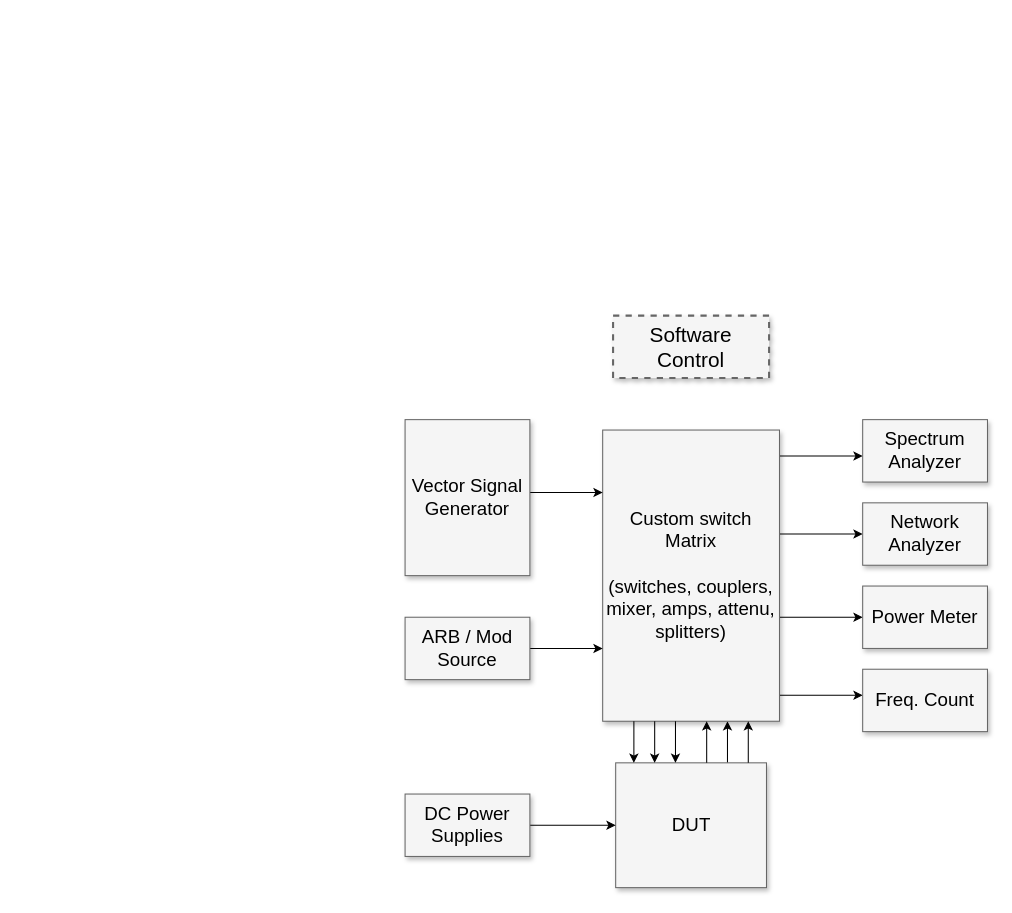
Earlier version of the draw.io diagram Diagrama sin título.drawio (ThePaltu/Proyecto-taller-lenguaje-2). Source tidied: cells renumbered, new cells numbered last; positions are measured from the earlier drawing's top-left corner, leaving out a move shared by most shapes. Both pictures are drawn from the tidied source at 104%, with x=0, y=0 at pixel (405, 315).
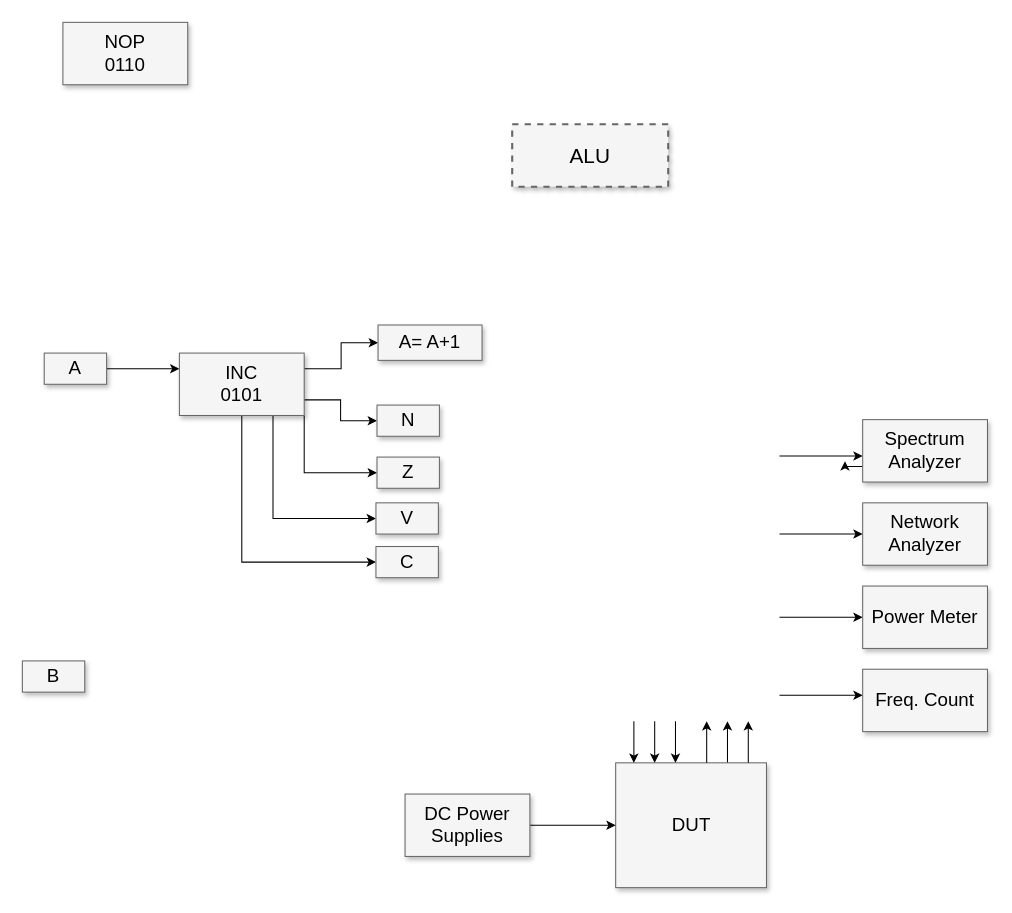
The same page after the edit.

The change refers to these unchanged cells:
```xml
<mxCell id="9" value="Spectrum Analyzer" style="whiteSpace=wrap;html=1;shadow=1;fontSize=18;fillColor=#f5f5f5;strokeColor=#666666;" parent="1" vertex="1">
  <mxGeometry x="440" y="100" width="120" height="60" as="geometry" />
</mxCell>
<mxCell id="10" value="Network Analyzer" style="whiteSpace=wrap;html=1;shadow=1;fontSize=18;fillColor=#f5f5f5;strokeColor=#666666;" parent="1" vertex="1">
  <mxGeometry x="440" y="180" width="120" height="60" as="geometry" />
</mxCell>
<mxCell id="11" value="Power Meter" style="whiteSpace=wrap;html=1;shadow=1;fontSize=18;fillColor=#f5f5f5;strokeColor=#666666;" parent="1" vertex="1">
  <mxGeometry x="440" y="260" width="120" height="60" as="geometry" />
</mxCell>
<mxCell id="12" value="Freq. Count" style="whiteSpace=wrap;html=1;shadow=1;fontSize=18;fillColor=#f5f5f5;strokeColor=#666666;" parent="1" vertex="1">
  <mxGeometry x="440" y="340" width="120" height="60" as="geometry" />
</mxCell>
<mxCell id="17" value="DUT" style="whiteSpace=wrap;html=1;shadow=1;fontSize=18;fillColor=#f5f5f5;strokeColor=#666666;" parent="1" vertex="1">
  <mxGeometry x="202.5" y="430" width="145" height="120" as="geometry" />
</mxCell>
```

The edit, as a diff of the source:
```diff
@@
-    <mxCell id="2" value="Software Control" style="whiteSpace=wrap;html=1;shadow=1;fontSize=20;fillColor=#f5f5f5;strokeColor=#666666;strokeWidth=2;dashed=1;" parent="1" vertex="1">
-      <mxGeometry x="200" width="150" height="60" as="geometry" />
+    <mxCell id="2" value="ALU&lt;br&gt;" style="whiteSpace=wrap;html=1;shadow=1;fontSize=20;fillColor=#f5f5f5;strokeColor=#666666;strokeWidth=2;dashed=1;" parent="1" vertex="1">
+      <mxGeometry x="103" y="-184" width="150" height="60" as="geometry" />
     </mxCell>
-    <mxCell id="3" style="edgeStyle=elbowEdgeStyle;rounded=0;html=1;startArrow=none;startFill=0;jettySize=auto;fontSize=18;elbow=vertical;" parent="1" edge="1" source="8" target="9">
-      <mxGeometry relative="1" as="geometry" />
+    <mxCell id="3" style="edgeStyle=elbowEdgeStyle;rounded=0;html=1;startArrow=none;startFill=0;jettySize=auto;fontSize=18;elbow=vertical;" parent="1" edge="1" target="9">
+      <mxGeometry relative="1" as="geometry">
+        <mxPoint x="360" y="135" as="sourcePoint" />
+      </mxGeometry>
     </mxCell>
-    <mxCell id="4" style="edgeStyle=elbowEdgeStyle;rounded=0;html=1;startArrow=none;startFill=0;jettySize=auto;fontSize=18;elbow=vertical;" parent="1" edge="1" source="8" target="10">
-      <mxGeometry relative="1" as="geometry" />
+    <mxCell id="4" style="edgeStyle=elbowEdgeStyle;rounded=0;html=1;startArrow=none;startFill=0;jettySize=auto;fontSize=18;elbow=vertical;" parent="1" edge="1" target="10">
+      <mxGeometry relative="1" as="geometry">
+        <mxPoint x="360" y="210" as="sourcePoint" />
+      </mxGeometry>
     </mxCell>
-    <mxCell id="5" style="edgeStyle=elbowEdgeStyle;rounded=0;html=1;startArrow=none;startFill=0;jettySize=auto;fontSize=18;elbow=vertical;" parent="1" edge="1" source="8" target="11">
-      <mxGeometry relative="1" as="geometry" />
+    <mxCell id="5" style="edgeStyle=elbowEdgeStyle;rounded=0;html=1;startArrow=none;startFill=0;jettySize=auto;fontSize=18;elbow=vertical;" parent="1" edge="1" target="11">
+      <mxGeometry relative="1" as="geometry">
+        <mxPoint x="360" y="290" as="sourcePoint" />
+      </mxGeometry>
     </mxCell>
-    <mxCell id="6" style="edgeStyle=elbowEdgeStyle;rounded=0;html=1;startArrow=none;startFill=0;jettySize=auto;fontSize=18;elbow=vertical;" parent="1" edge="1" source="8" target="12">
-      <mxGeometry relative="1" as="geometry" />
+    <mxCell id="6" style="edgeStyle=elbowEdgeStyle;rounded=0;html=1;startArrow=none;startFill=0;jettySize=auto;fontSize=18;elbow=vertical;" parent="1" edge="1" target="12">
+      <mxGeometry relative="1" as="geometry">
+        <mxPoint x="360" y="365" as="sourcePoint" />
+      </mxGeometry>
     </mxCell>
-    <mxCell id="7" style="edgeStyle=elbowEdgeStyle;rounded=0;html=1;startArrow=none;startFill=0;jettySize=auto;fontSize=18;" parent="1" edge="1" source="17" target="8">
+    <mxCell id="7" style="edgeStyle=elbowEdgeStyle;rounded=0;html=1;startArrow=none;startFill=0;jettySize=auto;fontSize=18;" parent="1" edge="1" source="17">
       <mxGeometry relative="1" as="geometry">
+        <mxPoint x="310" y="390" as="targetPoint" />
         <Array as="points">
           <mxPoint x="310" y="410" />
         </Array>
       </mxGeometry>
     </mxCell>
-    <mxCell id="8" value="Custom switch Matrix&lt;div&gt;&lt;br&gt;&lt;/div&gt;&lt;div&gt;(switches, couplers, mixer, amps, attenu, splitters)&lt;/div&gt;" style="whiteSpace=wrap;html=1;shadow=1;fontSize=18;fillColor=#f5f5f5;strokeColor=#666666;" parent="1" vertex="1">
-      <mxGeometry x="190" y="110" width="170" height="280" as="geometry" />
-    </mxCell>
+    <mxCell id="25" style="edgeStyle=orthogonalEdgeStyle;rounded=0;jettySize=auto;html=1;exitX=0;exitY=0.75;exitDx=0;exitDy=0;" parent="1" edge="1" source="9">
+      <mxGeometry relative="1" as="geometry">
+        <mxPoint x="423" y="140" as="targetPoint" />
+      </mxGeometry>
+    </mxCell>
@@
-    <mxCell id="13" style="edgeStyle=elbowEdgeStyle;rounded=0;html=1;startArrow=none;startFill=0;jettySize=auto;fontSize=18;elbow=vertical;" parent="1" edge="1" source="14" target="8">
-      <mxGeometry relative="1" as="geometry">
-        <Array as="points">
-          <mxPoint x="160" y="170" />
-        </Array>
-      </mxGeometry>
-    </mxCell>
+    <mxCell id="26" style="edgeStyle=orthogonalEdgeStyle;rounded=0;jettySize=auto;html=1;exitX=1;exitY=0.5;exitDx=0;exitDy=0;entryX=0;entryY=0.25;entryDx=0;entryDy=0;" parent="1" edge="1" source="14" target="16">
+      <mxGeometry relative="1" as="geometry" />
+    </mxCell>
-    <mxCell id="14" value="Vector Signal Generator" style="whiteSpace=wrap;html=1;shadow=1;fontSize=18;fillColor=#f5f5f5;strokeColor=#666666;" parent="1" vertex="1">
-      <mxGeometry y="100" width="120" height="150" as="geometry" />
+    <mxCell id="14" value="A" style="whiteSpace=wrap;html=1;shadow=1;fontSize=18;fillColor=#f5f5f5;strokeColor=#666666;" parent="1" vertex="1">
+      <mxGeometry x="-347" y="36" width="60" height="30" as="geometry" />
     </mxCell>
-    <mxCell id="15" style="edgeStyle=elbowEdgeStyle;rounded=0;html=1;startArrow=none;startFill=0;jettySize=auto;fontSize=18;elbow=vertical;" parent="1" edge="1" source="16" target="8">
-      <mxGeometry relative="1" as="geometry" />
-    </mxCell>
+    <mxCell id="27" style="edgeStyle=orthogonalEdgeStyle;rounded=0;jettySize=auto;html=1;exitX=1;exitY=0.75;exitDx=0;exitDy=0;entryX=0;entryY=0.5;entryDx=0;entryDy=0;" parent="1" edge="1" source="16" target="34">
+      <mxGeometry relative="1" as="geometry" />
+    </mxCell>
+    <mxCell id="28" style="edgeStyle=orthogonalEdgeStyle;rounded=0;jettySize=auto;html=1;exitX=1;exitY=1;exitDx=0;exitDy=0;entryX=0;entryY=0.5;entryDx=0;entryDy=0;" parent="1" edge="1" source="16" target="35">
+      <mxGeometry relative="1" as="geometry" />
+    </mxCell>
+    <mxCell id="29" style="edgeStyle=orthogonalEdgeStyle;rounded=0;jettySize=auto;html=1;exitX=1;exitY=0.25;exitDx=0;exitDy=0;entryX=0;entryY=0.5;entryDx=0;entryDy=0;" parent="1" edge="1" source="16" target="37">
+      <mxGeometry relative="1" as="geometry" />
+    </mxCell>
+    <mxCell id="30" style="edgeStyle=orthogonalEdgeStyle;rounded=0;jettySize=auto;html=1;exitX=0.75;exitY=1;exitDx=0;exitDy=0;entryX=0;entryY=0.5;entryDx=0;entryDy=0;" parent="1" edge="1" source="16" target="33">
+      <mxGeometry relative="1" as="geometry" />
+    </mxCell>
+    <mxCell id="31" style="edgeStyle=orthogonalEdgeStyle;rounded=0;jettySize=auto;html=1;exitX=0.5;exitY=1;exitDx=0;exitDy=0;entryX=0;entryY=0.5;entryDx=0;entryDy=0;" parent="1" edge="1" source="16" target="36">
+      <mxGeometry relative="1" as="geometry" />
+    </mxCell>
-    <mxCell id="16" value="ARB / Mod Source" style="whiteSpace=wrap;html=1;shadow=1;fontSize=18;fillColor=#f5f5f5;strokeColor=#666666;" parent="1" vertex="1">
-      <mxGeometry y="290" width="120" height="60" as="geometry" />
+    <mxCell id="16" value="INC&lt;br&gt;0101" style="whiteSpace=wrap;html=1;shadow=1;fontSize=18;fillColor=#f5f5f5;strokeColor=#666666;" parent="1" vertex="1">
+      <mxGeometry x="-217" y="36" width="120" height="60" as="geometry" />
     </mxCell>
@@
-    <mxCell id="20" style="edgeStyle=elbowEdgeStyle;rounded=0;html=1;startArrow=none;startFill=0;jettySize=auto;fontSize=18;" parent="1" edge="1" source="17" target="8">
+    <mxCell id="20" style="edgeStyle=elbowEdgeStyle;rounded=0;html=1;startArrow=none;startFill=0;jettySize=auto;fontSize=18;" parent="1" edge="1" source="17">
       <mxGeometry relative="1" as="geometry">
+        <mxPoint x="330" y="390" as="targetPoint" />
         <Array as="points">
           <mxPoint x="330" y="410" />
           <mxPoint x="310" y="410" />
         </Array>
       </mxGeometry>
     </mxCell>
@@
+    <mxCell id="32" value="B" style="whiteSpace=wrap;html=1;shadow=1;fontSize=18;fillColor=#f5f5f5;strokeColor=#666666;" parent="1" vertex="1">
+      <mxGeometry x="-368" y="332" width="60" height="30" as="geometry" />
+    </mxCell>
+    <mxCell id="33" value="V" style="whiteSpace=wrap;html=1;shadow=1;fontSize=18;fillColor=#f5f5f5;strokeColor=#666666;" parent="1" vertex="1">
+      <mxGeometry x="-28" y="180" width="60" height="30" as="geometry" />
+    </mxCell>
+    <mxCell id="34" value="N" style="whiteSpace=wrap;html=1;shadow=1;fontSize=18;fillColor=#f5f5f5;strokeColor=#666666;" parent="1" vertex="1">
+      <mxGeometry x="-27" y="86" width="60" height="30" as="geometry" />
+    </mxCell>
+    <mxCell id="35" value="Z" style="whiteSpace=wrap;html=1;shadow=1;fontSize=18;fillColor=#f5f5f5;strokeColor=#666666;" parent="1" vertex="1">
+      <mxGeometry x="-27" y="136" width="60" height="30" as="geometry" />
+    </mxCell>
+    <mxCell id="36" value="C" style="whiteSpace=wrap;html=1;shadow=1;fontSize=18;fillColor=#f5f5f5;strokeColor=#666666;" parent="1" vertex="1">
+      <mxGeometry x="-28" y="222" width="60" height="30" as="geometry" />
+    </mxCell>
+    <mxCell id="37" value="A= A+1" style="whiteSpace=wrap;html=1;shadow=1;fontSize=18;fillColor=#f5f5f5;strokeColor=#666666;" parent="1" vertex="1">
+      <mxGeometry x="-26" y="9" width="100" height="34" as="geometry" />
+    </mxCell>
+    <mxCell id="38" value="NOP&lt;br&gt;0110" style="whiteSpace=wrap;html=1;shadow=1;fontSize=18;fillColor=#f5f5f5;strokeColor=#666666;" parent="1" vertex="1">
+      <mxGeometry x="-329" y="-282" width="120" height="60" as="geometry" />
+    </mxCell>
```
